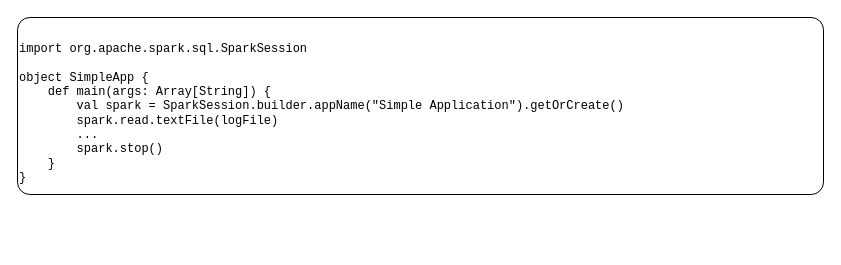
Earlier version of the draw.io diagram page "snippets" (4 of 4) of languages/scala/spark.drawio (yangdj/tf_docs). Source tidied: cells renumbered, new cells numbered last; positions are measured from the earlier drawing's top-left corner, leaving out a move shared by most shapes. Both pictures are drawn from the tidied source at 100%, with x=0, y=0 at pixel (17, 17).
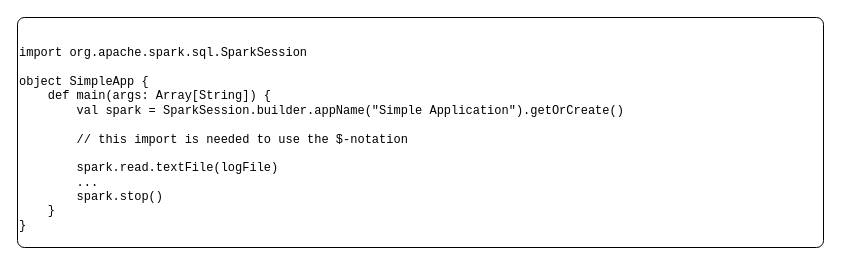
After the change.

The edit, as a diff of the source:
```diff
@@
 <mxGraphModel>
   <root>
     <mxCell id="0" />
     <mxCell id="1" parent="0" />
-    <mxCell id="2" value="&lt;br&gt;import org.apache.spark.sql.SparkSession&lt;br&gt;&lt;br&gt;object SimpleApp {&lt;br&gt;&amp;nbsp; &amp;nbsp; def main(args: Array[String]) {&lt;br&gt;&amp;nbsp; &amp;nbsp; &amp;nbsp; &amp;nbsp; val spark = SparkSession.builder.appName(&quot;Simple Application&quot;).getOrCreate()&lt;br&gt;&amp;nbsp; &amp;nbsp; &amp;nbsp; &amp;nbsp; spark.read.textFile(logFile)&lt;br&gt;&amp;nbsp; &amp;nbsp; &amp;nbsp; &amp;nbsp; ...&lt;br&gt;&amp;nbsp; &amp;nbsp; &amp;nbsp; &amp;nbsp; spark.stop()&lt;br&gt;&amp;nbsp; &amp;nbsp; }&lt;br&gt;}" style="rounded=1;whiteSpace=wrap;html=1;align=left;fontFamily=Courier New;arcSize=7;spacingLeft=0;" parent="1" vertex="1">
-      <mxGeometry width="806" height="177" as="geometry" />
+    <mxCell id="2" value="&lt;br&gt;import org.apache.spark.sql.SparkSession&lt;br&gt;&lt;br&gt;object SimpleApp {&lt;br&gt;&amp;nbsp; &amp;nbsp; def main(args: Array[String]) {&lt;br&gt;&amp;nbsp; &amp;nbsp; &amp;nbsp; &amp;nbsp; val spark = SparkSession.builder.appName(&quot;Simple Application&quot;).getOrCreate()&lt;br&gt;&lt;br&gt;&amp;nbsp; &amp;nbsp; &amp;nbsp; &amp;nbsp; // this import is needed to use the $-notation&lt;br&gt;&lt;br&gt;&amp;nbsp; &amp;nbsp; &amp;nbsp; &amp;nbsp; spark.read.textFile(logFile)&lt;br&gt;&amp;nbsp; &amp;nbsp; &amp;nbsp; &amp;nbsp; ...&lt;br&gt;&amp;nbsp; &amp;nbsp; &amp;nbsp; &amp;nbsp; spark.stop()&lt;br&gt;&amp;nbsp; &amp;nbsp; }&lt;br&gt;}" style="rounded=1;whiteSpace=wrap;html=1;align=left;fontFamily=Courier New;arcSize=3;spacingLeft=0;" parent="1" vertex="1">
+      <mxGeometry width="806" height="230" as="geometry" />
     </mxCell>
   </root>
 </mxGraphModel>
```
